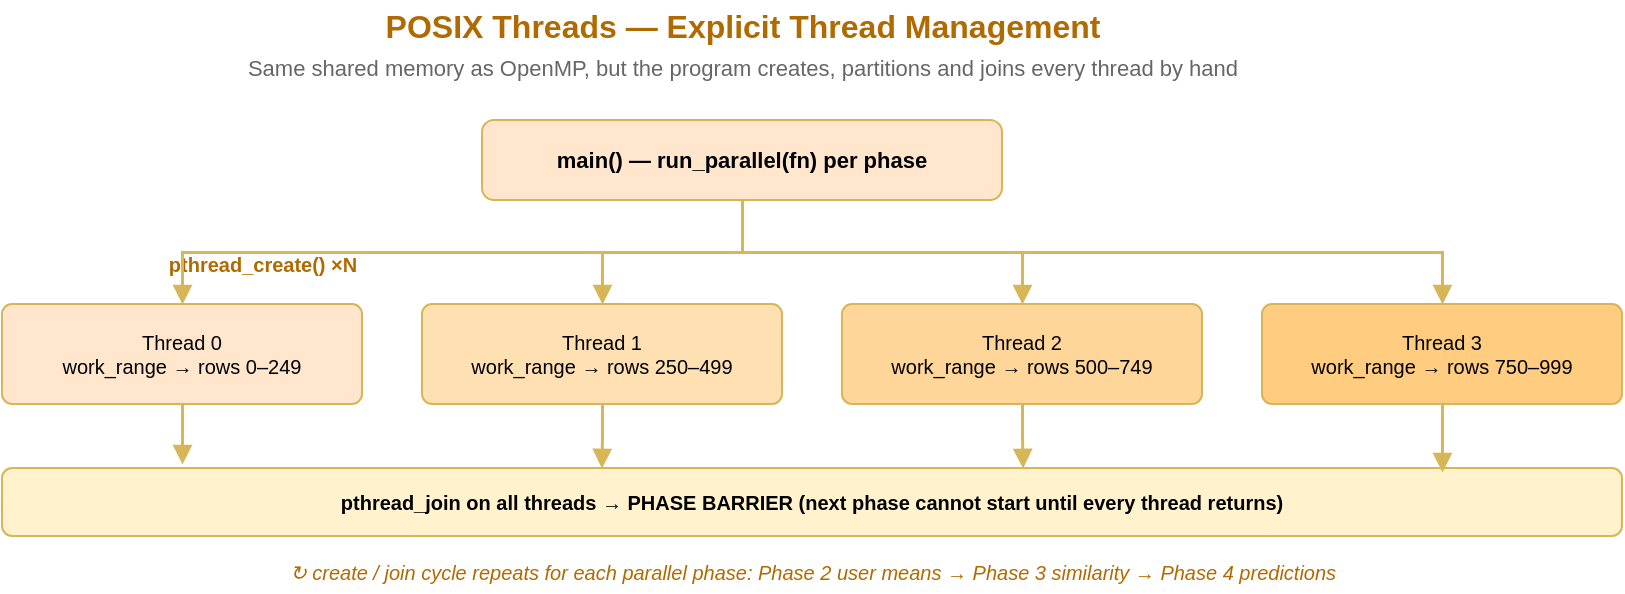
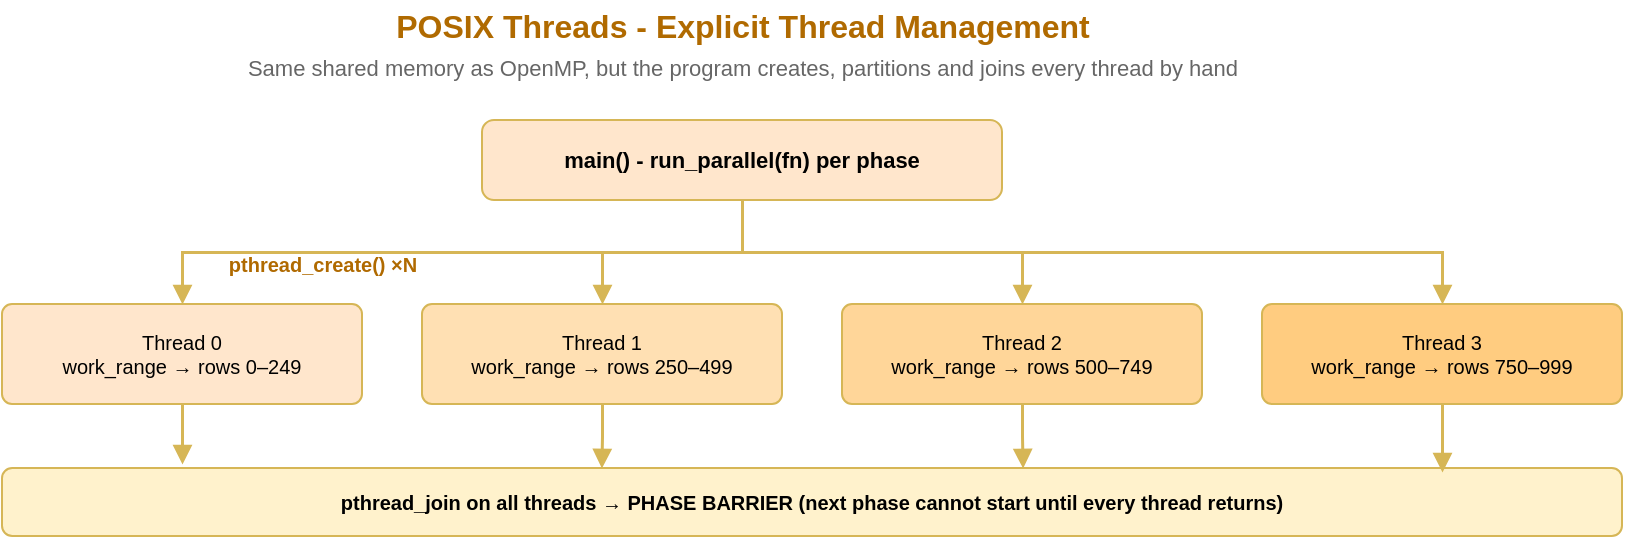
<mxfile host="65bd71144e">
    <diagram id="page3" name="3. Pthreads">
-         <mxGraphModel dx="438" dy="281" grid="1" gridSize="10" guides="1" tooltips="1" connect="1" arrows="1" fold="1" page="1" pageScale="1" pageWidth="900" pageHeight="610" math="0" shadow="0">
+         <mxGraphModel dx="702" dy="172" grid="1" gridSize="10" guides="1" tooltips="1" connect="1" arrows="1" fold="1" page="1" pageScale="1" pageWidth="900" pageHeight="610" math="0" shadow="0">
            <root>
                <mxCell id="0"/>
                <mxCell id="1" parent="0"/>
-                 <mxCell id="ttl" value="POSIX Threads — Explicit Thread Management" style="text;html=1;align=center;verticalAlign=middle;fontStyle=1;fontSize=16;fontColor=#b06a00;" parent="1" vertex="1">
+                 <mxCell id="ttl" value="POSIX Threads - Explicit Thread Management" style="text;html=1;align=center;verticalAlign=middle;fontStyle=1;fontSize=16;fontColor=#b06a00;" parent="1" vertex="1">
                    <mxGeometry x="150" y="18" width="600" height="26" as="geometry"/>
                </mxCell>
                <mxCell id="sub" value="Same shared memory as OpenMP, but the program creates, partitions and joins every thread by hand" style="text;html=1;align=center;verticalAlign=middle;fontSize=11;fontColor=#666666;" parent="1" vertex="1">
                    <mxGeometry x="150" y="42" width="600" height="20" as="geometry"/>
                </mxCell>
-                 <mxCell id="mn" value="main()  —  run_parallel(fn) per phase" style="rounded=1;whiteSpace=wrap;html=1;fillColor=#ffe6cc;strokeColor=#d6b656;fontSize=11;fontStyle=1;verticalAlign=middle;" parent="1" vertex="1">
+                 <mxCell id="mn" value="main() - run_parallel(fn) per phase" style="rounded=1;whiteSpace=wrap;html=1;fillColor=#ffe6cc;strokeColor=#d6b656;fontSize=11;fontStyle=1;verticalAlign=middle;" parent="1" vertex="1">
                    <mxGeometry x="320" y="78" width="260" height="40" as="geometry"/>
                </mxCell>
                <mxCell id="crl" value="pthread_create() ×N" style="text;html=1;align=center;fontSize=10;fontColor=#b06a00;fontStyle=1;" parent="1" vertex="1">
-                     <mxGeometry x="120" y="138" width="180" height="18" as="geometry"/>
+                     <mxGeometry x="150" y="138" width="180" height="18" as="geometry"/>
                </mxCell>
                <mxCell id="t0" value="Thread 0&#xa;work_range → rows 0–249" style="rounded=1;whiteSpace=wrap;html=1;fillColor=#ffe6cc;strokeColor=#d6b656;fontSize=10;arcSize=10;verticalAlign=middle;" parent="1" vertex="1">
                    <mxGeometry x="80" y="170" width="180" height="50" as="geometry"/>
                </mxCell>
                <mxCell id="t1" value="Thread 1&#xa;work_range → rows 250–499" style="rounded=1;whiteSpace=wrap;html=1;fillColor=#ffe0b3;strokeColor=#d6b656;fontSize=10;arcSize=10;verticalAlign=middle;" parent="1" vertex="1">
                    <mxGeometry x="290" y="170" width="180" height="50" as="geometry"/>
                </mxCell>
                <mxCell id="t2" value="Thread 2&#xa;work_range → rows 500–749" style="rounded=1;whiteSpace=wrap;html=1;fillColor=#ffd699;strokeColor=#d6b656;fontSize=10;arcSize=10;verticalAlign=middle;" parent="1" vertex="1">
                    <mxGeometry x="500" y="170" width="180" height="50" as="geometry"/>
                </mxCell>
                <mxCell id="t3" value="Thread 3&#xa;work_range → rows 750–999" style="rounded=1;whiteSpace=wrap;html=1;fillColor=#ffcc80;strokeColor=#d6b656;fontSize=10;arcSize=10;verticalAlign=middle;" parent="1" vertex="1">
                    <mxGeometry x="710" y="170" width="180" height="50" as="geometry"/>
                </mxCell>
                <mxCell id="c0" style="edgeStyle=orthogonalEdgeStyle;rounded=0;html=1;endArrow=block;endFill=1;strokeWidth=1.5;strokeColor=#d6b656;exitX=0.5;exitY=1;entryX=0.5;entryY=0;" parent="1" source="mn" target="t0" edge="1">
                    <mxGeometry relative="1" as="geometry"/>
                </mxCell>
                <mxCell id="c1e" style="edgeStyle=orthogonalEdgeStyle;rounded=0;html=1;endArrow=block;endFill=1;strokeWidth=1.5;strokeColor=#d6b656;exitX=0.5;exitY=1;entryX=0.5;entryY=0;" parent="1" source="mn" target="t1" edge="1">
                    <mxGeometry relative="1" as="geometry"/>
                </mxCell>
                <mxCell id="c2e" style="edgeStyle=orthogonalEdgeStyle;rounded=0;html=1;endArrow=block;endFill=1;strokeWidth=1.5;strokeColor=#d6b656;exitX=0.5;exitY=1;entryX=0.5;entryY=0;" parent="1" source="mn" target="t2" edge="1">
                    <mxGeometry relative="1" as="geometry"/>
                </mxCell>
                <mxCell id="c3e" style="edgeStyle=orthogonalEdgeStyle;rounded=0;html=1;endArrow=block;endFill=1;strokeWidth=1.5;strokeColor=#d6b656;exitX=0.5;exitY=1;entryX=0.5;entryY=0;" parent="1" source="mn" target="t3" edge="1">
                    <mxGeometry relative="1" as="geometry"/>
                </mxCell>
                <mxCell id="barrier" value="pthread_join on all threads  →  PHASE BARRIER (next phase cannot start until every thread returns)" style="rounded=1;whiteSpace=wrap;html=1;fillColor=#fff2cc;strokeColor=#d6b656;fontSize=10;fontStyle=1;verticalAlign=middle;" parent="1" vertex="1">
                    <mxGeometry x="80" y="252" width="810" height="34" as="geometry"/>
                </mxCell>
                <mxCell id="j0" style="edgeStyle=orthogonalEdgeStyle;rounded=0;html=1;endArrow=block;endFill=1;strokeWidth=1.5;strokeColor=#d6b656;exitX=0.5;exitY=1;" parent="1" source="t0" edge="1">
                    <mxGeometry relative="1" as="geometry">
                        <mxPoint x="170" y="250" as="targetPoint"/>
                    </mxGeometry>
                </mxCell>
                <mxCell id="j1" style="edgeStyle=orthogonalEdgeStyle;rounded=0;html=1;endArrow=block;endFill=1;strokeWidth=1.5;strokeColor=#d6b656;exitX=0.5;exitY=1;entryX=0.37;entryY=0;" parent="1" source="t1" target="barrier" edge="1">
                    <mxGeometry relative="1" as="geometry"/>
                </mxCell>
                <mxCell id="j2" style="edgeStyle=orthogonalEdgeStyle;rounded=0;html=1;endArrow=block;endFill=1;strokeWidth=1.5;strokeColor=#d6b656;exitX=0.5;exitY=1;entryX=0.63;entryY=0;" parent="1" source="t2" target="barrier" edge="1">
                    <mxGeometry relative="1" as="geometry"/>
                </mxCell>
                <mxCell id="j3" style="edgeStyle=orthogonalEdgeStyle;rounded=0;html=1;endArrow=block;endFill=1;strokeWidth=1.5;strokeColor=#d6b656;exitX=0.5;exitY=1;entryX=0.89;entryY=0.058;entryDx=0;entryDy=0;entryPerimeter=0;" parent="1" source="t3" target="barrier" edge="1">
                    <mxGeometry relative="1" as="geometry">
                        <mxPoint x="809" y="240" as="targetPoint"/>
                        <Array as="points">
                            <mxPoint x="800" y="254"/>
                        </Array>
                    </mxGeometry>
                </mxCell>
-                 <mxCell id="rep" value="↻ create / join cycle repeats for each parallel phase:  Phase 2 user means  →  Phase 3 similarity  →  Phase 4 predictions" style="text;html=1;align=center;verticalAlign=middle;fontSize=10;fontColor=#b06a00;fontStyle=2;" parent="1" vertex="1">
-                     <mxGeometry x="80" y="294" width="810" height="20" as="geometry"/>
-                 </mxCell>
            </root>
        </mxGraphModel>
    </diagram>
</mxfile>